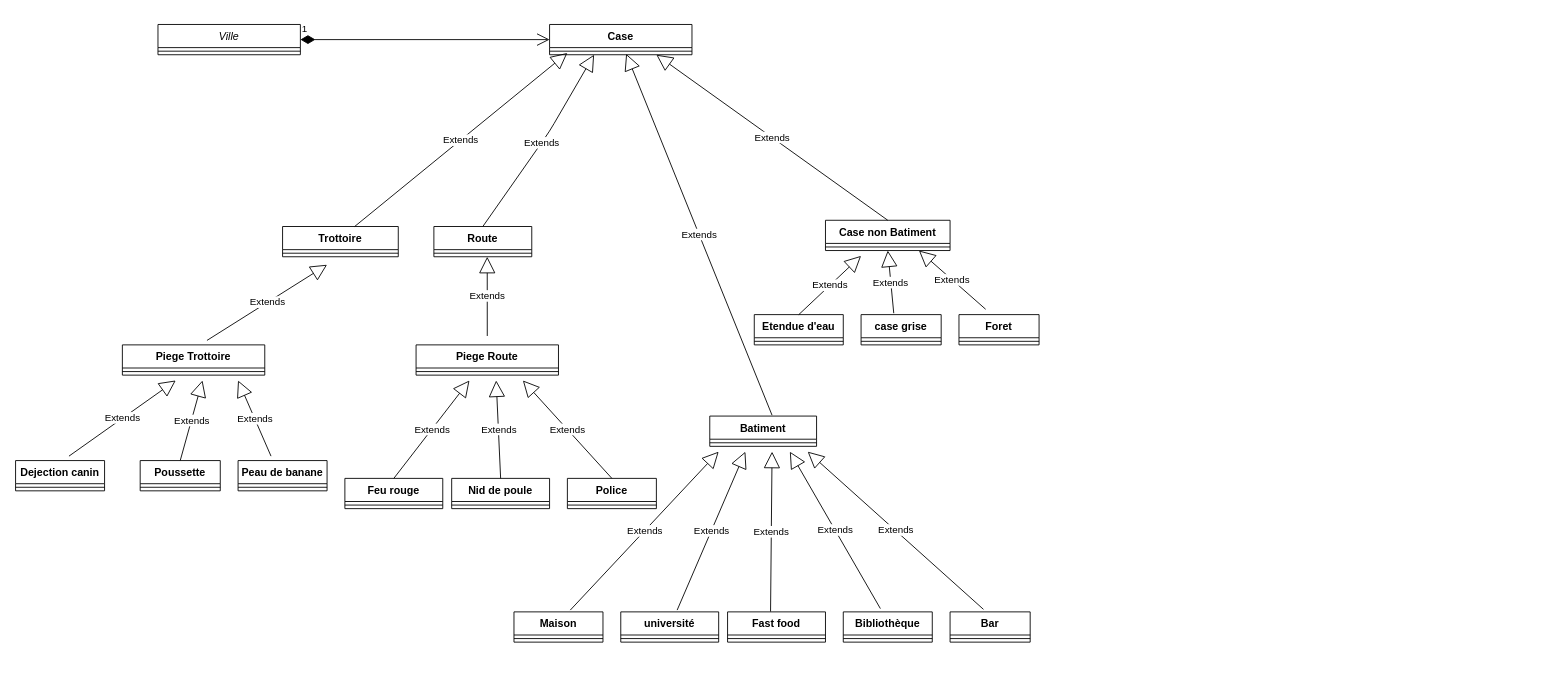
Before: DiagrammeClasse.drawio in pedromp13/PJ_Modelisation_UML_2020_2021_Groupe1, a draw.io diagram. Source tidied: cells renumbered, new cells numbered last; positions are measured from the earlier drawing's top-left corner, leaving out a move shared by most shapes. Both pictures are drawn from the tidied source at 89%, with x=0, y=0 at pixel (15, 24).
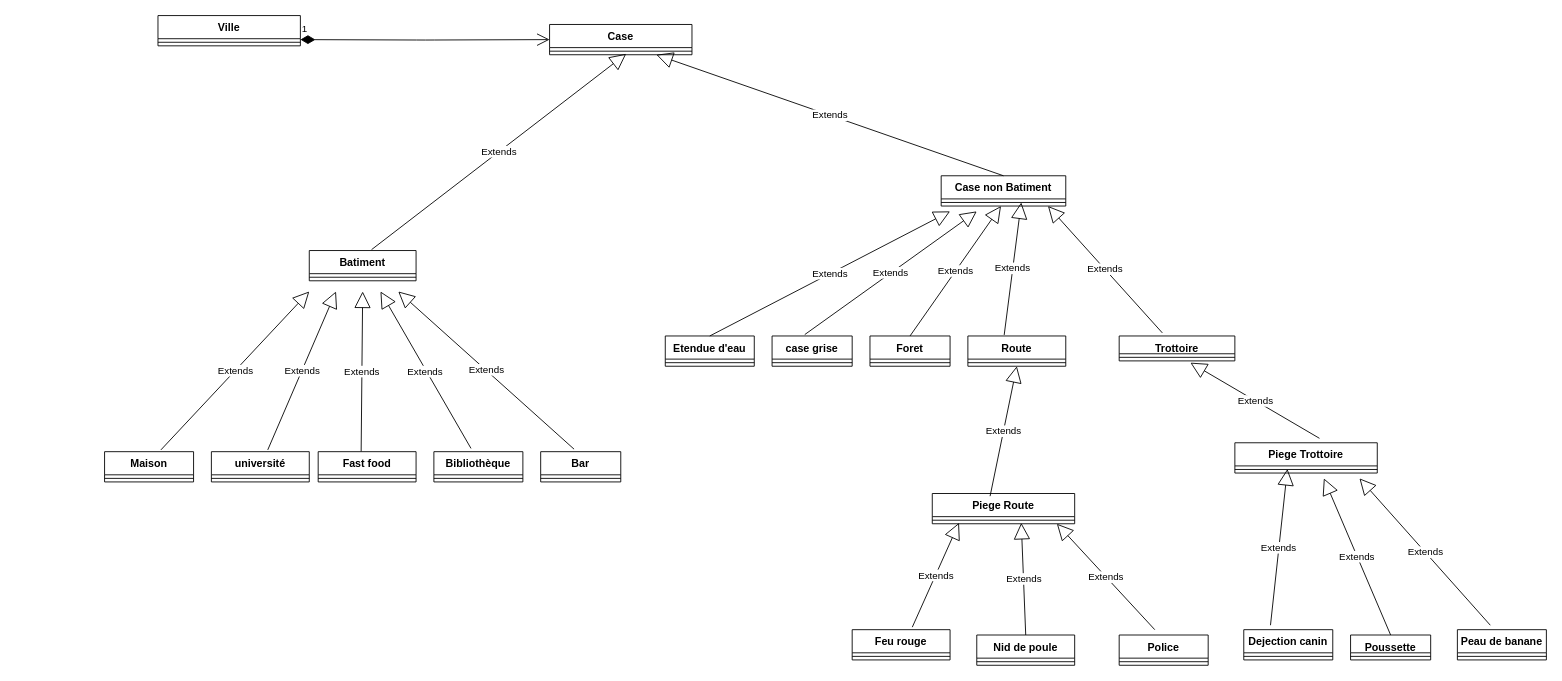
The same diagram, later.

Unchanged cells that the change refers to:
```xml
<mxCell id="4" value="Case&#10;" style="swimlane;fontStyle=1;align=center;verticalAlign=top;horizontal=1;startSize=26;rounded=0;sketch=0;" parent="1" vertex="1">
  <mxGeometry x="600" width="160" height="34" as="geometry" />
</mxCell>
<mxCell id="5" style="line;strokeWidth=1;fillColor=none;align=left;verticalAlign=middle;spacingTop=-1;spacingLeft=3;spacingRight=3;labelPosition=right;points=[];portConstraint=eastwest;" parent="4" vertex="1">
  <mxGeometry y="26" width="160" height="8" as="geometry" />
</mxCell>
<mxCell id="10" style="line;strokeWidth=1;fillColor=none;align=left;verticalAlign=middle;spacingTop=-1;spacingLeft=3;spacingRight=3;labelPosition=right;points=[];portConstraint=eastwest;" parent="9" vertex="1">
  <mxGeometry y="26" width="110" height="8" as="geometry" />
</mxCell>
<mxCell id="12" style="line;strokeWidth=1;fillColor=none;align=left;verticalAlign=middle;spacingTop=-1;spacingLeft=3;spacingRight=3;labelPosition=right;points=[];portConstraint=eastwest;" parent="11" vertex="1">
  <mxGeometry y="26" width="140" height="8" as="geometry" />
</mxCell>
<mxCell id="20" style="line;strokeWidth=1;fillColor=none;align=left;verticalAlign=middle;spacingTop=-1;spacingLeft=3;spacingRight=3;labelPosition=right;points=[];portConstraint=eastwest;" parent="19" vertex="1">
  <mxGeometry y="26" width="160" height="8" as="geometry" />
</mxCell>
```

What changed in the source:
```diff
@@
-    <mxCell id="2" value="Ville&#10;" style="swimlane;fontStyle=2;align=center;verticalAlign=top;horizontal=1;startSize=26;rounded=0;shadow=0;strokeWidth=1;" parent="1" vertex="1">
-      <mxGeometry x="160" width="160" height="34" as="geometry" />
-    </mxCell>
-    <mxCell id="3" style="line;html=1;strokeWidth=1;align=left;verticalAlign=middle;spacingTop=-1;spacingLeft=3;spacingRight=3;labelPosition=right;" parent="2" vertex="1">
-      <mxGeometry y="26" width="160" height="8" as="geometry" />
-    </mxCell>
@@
-    <mxCell id="6" value="1" style="endArrow=open;html=1;endSize=12;startArrow=diamondThin;startSize=14;startFill=1;edgeStyle=orthogonalEdgeStyle;align=left;verticalAlign=bottom;strokeWidth=1;exitX=1;exitY=0.5;exitDx=0;exitDy=0;entryX=0;entryY=0.5;entryDx=0;entryDy=0;" parent="1" edge="1" source="2" target="4">
-      <mxGeometry x="-1" y="3" relative="1" as="geometry" />
+    <mxCell id="6" value="1" style="endArrow=open;html=1;endSize=12;startArrow=diamondThin;startSize=14;startFill=1;edgeStyle=orthogonalEdgeStyle;align=left;verticalAlign=bottom;strokeWidth=1;exitX=1;exitY=0.5;exitDx=0;exitDy=0;entryX=0;entryY=0.5;entryDx=0;entryDy=0;" parent="1" edge="1" target="4">
+      <mxGeometry x="-1" y="3" relative="1" as="geometry">
+        <mxPoint x="320" y="17" as="sourcePoint" />
+      </mxGeometry>
     </mxCell>
     <mxCell id="7" value="Batiment&#10;" style="swimlane;fontStyle=1;align=center;verticalAlign=top;horizontal=1;startSize=26;rounded=0;sketch=0;" parent="1" vertex="1">
-      <mxGeometry x="780" y="440" width="120" height="34" as="geometry" />
+      <mxGeometry x="330" y="254" width="120" height="34" as="geometry" />
     </mxCell>
@@
     <mxCell id="9" value="Route&#10;" style="swimlane;fontStyle=1;align=center;verticalAlign=top;horizontal=1;startSize=26;rounded=0;sketch=0;" parent="1" vertex="1">
-      <mxGeometry x="470" y="227" width="110" height="34" as="geometry" />
+      <mxGeometry x="1070" y="350" width="110" height="34" as="geometry" />
     </mxCell>
@@
     <mxCell id="11" value="Case non Batiment&#10;" style="swimlane;fontStyle=1;align=center;verticalAlign=top;horizontal=1;startSize=26;rounded=0;sketch=0;" parent="1" vertex="1">
-      <mxGeometry x="910" y="220" width="140" height="34" as="geometry" />
+      <mxGeometry x="1040" y="170" width="140" height="34" as="geometry" />
     </mxCell>
@@
-    <mxCell id="13" value="Trottoire&#10;" style="swimlane;fontStyle=1;align=center;verticalAlign=top;horizontal=1;startSize=26;rounded=0;sketch=0;" parent="1" vertex="1">
-      <mxGeometry x="300" y="227" width="130" height="34" as="geometry" />
+    <mxCell id="13" value="Trottoire&#10;" style="swimlane;fontStyle=1;align=center;verticalAlign=top;horizontal=1;startSize=20;rounded=0;sketch=0;" parent="1" vertex="1">
+      <mxGeometry x="1240" y="350" width="130" height="28" as="geometry" />
     </mxCell>
     <mxCell id="14" style="line;strokeWidth=1;fillColor=none;align=left;verticalAlign=middle;spacingTop=-1;spacingLeft=3;spacingRight=3;labelPosition=right;" parent="13" vertex="1">
-      <mxGeometry y="26" width="130" height="8" as="geometry" />
+      <mxGeometry y="20" width="130" height="8" as="geometry" />
     </mxCell>
-    <mxCell id="15" value="Extends" style="endArrow=block;endSize=16;endFill=0;html=1;strokeWidth=1;exitX=0.623;exitY=0;exitDx=0;exitDy=0;exitPerimeter=0;entryX=0.125;entryY=0.75;entryDx=0;entryDy=0;entryPerimeter=0;" parent="1" edge="1" source="13" target="5">
-      <mxGeometry relative="1" as="geometry" />
-    </mxCell>
-    <mxCell id="16" value="Extends" style="endArrow=block;endSize=16;endFill=0;html=1;strokeWidth=1;exitX=0.5;exitY=0;exitDx=0;exitDy=0;" parent="1" edge="1" source="9">
-      <mxGeometry relative="1" as="geometry">
-        <mxPoint x="650" y="34" as="targetPoint" />
-        <Array as="points">
-          <mxPoint x="600" y="120" />
-        </Array>
-      </mxGeometry>
-    </mxCell>
@@
     <mxCell id="19" value="Piege Trottoire&#10;" style="swimlane;fontStyle=1;align=center;verticalAlign=top;horizontal=1;startSize=26;rounded=0;sketch=0;" parent="1" vertex="1">
-      <mxGeometry x="120" y="360" width="160" height="34" as="geometry" />
+      <mxGeometry x="1370" y="470" width="160" height="34" as="geometry" />
     </mxCell>
@@
     <mxCell id="21" value="Piege Route&#10;" style="swimlane;fontStyle=1;align=center;verticalAlign=top;horizontal=1;startSize=26;rounded=0;sketch=0;" parent="1" vertex="1">
-      <mxGeometry x="450" y="360" width="160" height="34" as="geometry" />
+      <mxGeometry x="1030" y="527" width="160" height="34" as="geometry" />
     </mxCell>
@@
     <mxCell id="23" value="Police&#10;" style="swimlane;fontStyle=1;align=center;verticalAlign=top;horizontal=1;startSize=26;rounded=0;sketch=0;" parent="1" vertex="1">
-      <mxGeometry x="620" y="510" width="100" height="34" as="geometry" />
+      <mxGeometry x="1240" y="686" width="100" height="34" as="geometry" />
     </mxCell>
@@
     <mxCell id="25" value="Nid de poule&#10;" style="swimlane;fontStyle=1;align=center;verticalAlign=top;horizontal=1;startSize=26;rounded=0;sketch=0;" parent="1" vertex="1">
-      <mxGeometry x="490" y="510" width="110" height="34" as="geometry" />
+      <mxGeometry x="1080" y="686" width="110" height="34" as="geometry" />
     </mxCell>
@@
     <mxCell id="27" value="Feu rouge&#10;" style="swimlane;fontStyle=1;align=center;verticalAlign=top;horizontal=1;startSize=26;rounded=0;sketch=0;" parent="1" vertex="1">
-      <mxGeometry x="370" y="510" width="110" height="34" as="geometry" />
+      <mxGeometry x="940" y="680" width="110" height="34" as="geometry" />
     </mxCell>
@@
-    <mxCell id="29" value="Extends" style="endArrow=block;endSize=16;endFill=0;html=1;strokeWidth=1;exitX=0.5;exitY=0;exitDx=0;exitDy=0;" parent="1" edge="1" source="27">
+    <mxCell id="29" value="Extends" style="endArrow=block;endSize=16;endFill=0;html=1;strokeWidth=1;exitX=0.614;exitY=-0.083;exitDx=0;exitDy=0;exitPerimeter=0;" parent="1" edge="1" source="27">
       <mxGeometry relative="1" as="geometry">
-        <mxPoint x="510" y="400" as="targetPoint" />
+        <mxPoint x="1060" y="560" as="targetPoint" />
       </mxGeometry>
     </mxCell>
     <mxCell id="30" value="Extends" style="endArrow=block;endSize=16;endFill=0;html=1;strokeWidth=1;exitX=0.5;exitY=0;exitDx=0;exitDy=0;" parent="1" edge="1" source="25">
       <mxGeometry relative="1" as="geometry">
-        <mxPoint x="540" y="400" as="targetPoint" />
+        <mxPoint x="1130" y="560" as="targetPoint" />
       </mxGeometry>
     </mxCell>
-    <mxCell id="31" value="Extends" style="endArrow=block;endSize=16;endFill=0;html=1;strokeWidth=1;exitX=0.5;exitY=0;exitDx=0;exitDy=0;" parent="1" edge="1" source="23">
+    <mxCell id="31" value="Extends" style="endArrow=block;endSize=16;endFill=0;html=1;strokeWidth=1;" parent="1" edge="1">
       <mxGeometry relative="1" as="geometry">
-        <mxPoint x="570" y="400" as="targetPoint" />
+        <mxPoint x="1280" y="680" as="sourcePoint" />
+        <mxPoint x="1170" y="561" as="targetPoint" />
       </mxGeometry>
     </mxCell>
     <mxCell id="32" value="Peau de banane&#10;" style="swimlane;fontStyle=1;align=center;verticalAlign=top;horizontal=1;startSize=26;rounded=0;sketch=0;" parent="1" vertex="1">
-      <mxGeometry x="250" y="490" width="100" height="34" as="geometry" />
+      <mxGeometry x="1620" y="680" width="100" height="34" as="geometry" />
     </mxCell>
@@
-    <mxCell id="34" value="Poussette&#10;" style="swimlane;fontStyle=1;align=center;verticalAlign=top;horizontal=1;startSize=26;rounded=0;sketch=0;" parent="1" vertex="1">
-      <mxGeometry x="140" y="490" width="90" height="34" as="geometry" />
+    <mxCell id="34" value="Poussette&#10;" style="swimlane;fontStyle=1;align=center;verticalAlign=top;horizontal=1;startSize=20;rounded=0;sketch=0;" parent="1" vertex="1">
+      <mxGeometry x="1500" y="686" width="90" height="28" as="geometry" />
     </mxCell>
     <mxCell id="35" style="line;strokeWidth=1;fillColor=none;align=left;verticalAlign=middle;spacingTop=-1;spacingLeft=3;spacingRight=3;labelPosition=right;" parent="34" vertex="1">
-      <mxGeometry y="26" width="90" height="8" as="geometry" />
+      <mxGeometry y="20" width="90" height="8" as="geometry" />
     </mxCell>
     <mxCell id="36" value="Dejection canin&#10;" style="swimlane;fontStyle=1;align=center;verticalAlign=top;horizontal=1;startSize=26;rounded=0;sketch=0;" parent="1" vertex="1">
-      <mxGeometry y="490" width="100" height="34" as="geometry" />
+      <mxGeometry x="1380" y="680" width="100" height="34" as="geometry" />
     </mxCell>
@@
-    <mxCell id="38" value="Extends" style="endArrow=block;endSize=16;endFill=0;html=1;strokeWidth=1;exitX=0.6;exitY=-0.147;exitDx=0;exitDy=0;exitPerimeter=0;" parent="1" edge="1" source="36">
+    <mxCell id="38" value="Extends" style="endArrow=block;endSize=16;endFill=0;html=1;strokeWidth=1;entryX=0.369;entryY=0.434;entryDx=0;entryDy=0;entryPerimeter=0;" parent="1" edge="1" target="20">
       <mxGeometry relative="1" as="geometry">
-        <mxPoint x="180" y="400" as="targetPoint" />
+        <mxPoint x="1410" y="675" as="sourcePoint" />
       </mxGeometry>
     </mxCell>
     <mxCell id="39" value="Extends" style="endArrow=block;endSize=16;endFill=0;html=1;strokeWidth=1;exitX=0.5;exitY=0;exitDx=0;exitDy=0;" parent="1" edge="1" source="34">
       <mxGeometry relative="1" as="geometry">
-        <mxPoint x="210" y="400" as="targetPoint" />
+        <mxPoint x="1470" y="510" as="targetPoint" />
       </mxGeometry>
     </mxCell>
     <mxCell id="40" value="Extends" style="endArrow=block;endSize=16;endFill=0;html=1;strokeWidth=1;exitX=0.37;exitY=-0.147;exitDx=0;exitDy=0;exitPerimeter=0;" parent="1" edge="1" source="32">
       <mxGeometry relative="1" as="geometry">
-        <mxPoint x="250" y="400" as="targetPoint" />
+        <mxPoint x="1510" y="510" as="targetPoint" />
       </mxGeometry>
     </mxCell>
     <mxCell id="41" value="Extends" style="endArrow=block;endSize=16;endFill=0;html=1;strokeWidth=1;exitX=0.594;exitY=-0.147;exitDx=0;exitDy=0;exitPerimeter=0;" parent="1" edge="1" source="19">
       <mxGeometry relative="1" as="geometry">
-        <mxPoint x="350" y="270" as="targetPoint" />
+        <mxPoint x="1320" y="380" as="targetPoint" />
       </mxGeometry>
     </mxCell>
-    <mxCell id="42" value="Extends" style="endArrow=block;endSize=16;endFill=0;html=1;strokeWidth=1;entryX=0.545;entryY=1;entryDx=0;entryDy=0;entryPerimeter=0;" parent="1" edge="1" target="10">
-      <mxGeometry relative="1" as="geometry">
-        <mxPoint x="530" y="350" as="sourcePoint" />
-      </mxGeometry>
-    </mxCell>
     <mxCell id="43" value="Foret&#10;" style="swimlane;fontStyle=1;align=center;verticalAlign=top;horizontal=1;startSize=26;rounded=0;sketch=0;" parent="1" vertex="1">
-      <mxGeometry x="1060" y="326" width="90" height="34" as="geometry" />
+      <mxGeometry x="960" y="350" width="90" height="34" as="geometry" />
     </mxCell>
@@
     <mxCell id="45" value="case grise&#10;" style="swimlane;fontStyle=1;align=center;verticalAlign=top;horizontal=1;startSize=26;rounded=0;sketch=0;" parent="1" vertex="1">
-      <mxGeometry x="950" y="326" width="90" height="34" as="geometry" />
+      <mxGeometry x="850" y="350" width="90" height="34" as="geometry" />
     </mxCell>
@@
     <mxCell id="47" value="Etendue d'eau" style="swimlane;fontStyle=1;align=center;verticalAlign=top;horizontal=1;startSize=26;rounded=0;sketch=0;" parent="1" vertex="1">
-      <mxGeometry x="830" y="326" width="100" height="34" as="geometry" />
+      <mxGeometry x="730" y="350" width="100" height="34" as="geometry" />
     </mxCell>
@@
     <mxCell id="49" value="Bar&#10;" style="swimlane;fontStyle=1;align=center;verticalAlign=top;horizontal=1;startSize=26;rounded=0;sketch=0;" parent="1" vertex="1">
-      <mxGeometry x="1050" y="660" width="90" height="34" as="geometry" />
+      <mxGeometry x="590" y="480" width="90" height="34" as="geometry" />
     </mxCell>
@@
     <mxCell id="51" value="Bibliothèque&#10;" style="swimlane;fontStyle=1;align=center;verticalAlign=top;horizontal=1;startSize=26;rounded=0;sketch=0;" parent="1" vertex="1">
-      <mxGeometry x="930" y="660" width="100" height="34" as="geometry" />
+      <mxGeometry x="470" y="480" width="100" height="34" as="geometry" />
     </mxCell>
@@
     <mxCell id="53" value="Fast food&#10;" style="swimlane;fontStyle=1;align=center;verticalAlign=top;horizontal=1;startSize=26;rounded=0;sketch=0;" parent="1" vertex="1">
-      <mxGeometry x="800" y="660" width="110" height="34" as="geometry" />
+      <mxGeometry x="340" y="480" width="110" height="34" as="geometry" />
     </mxCell>
@@
     <mxCell id="55" value="université&#10;" style="swimlane;fontStyle=1;align=center;verticalAlign=top;horizontal=1;startSize=26;rounded=0;sketch=0;" parent="1" vertex="1">
-      <mxGeometry x="680" y="660" width="110" height="34" as="geometry" />
+      <mxGeometry x="220" y="480" width="110" height="34" as="geometry" />
     </mxCell>
@@
     <mxCell id="57" value="Maison&#10;" style="swimlane;fontStyle=1;align=center;verticalAlign=top;horizontal=1;startSize=26;rounded=0;sketch=0;" parent="1" vertex="1">
-      <mxGeometry x="560" y="660" width="100" height="34" as="geometry" />
+      <mxGeometry x="100" y="480" width="100" height="34" as="geometry" />
     </mxCell>
@@
     <mxCell id="59" value="Extends" style="endArrow=block;endSize=16;endFill=0;html=1;strokeWidth=1;exitX=0.633;exitY=-0.059;exitDx=0;exitDy=0;exitPerimeter=0;" parent="1" edge="1" source="57">
       <mxGeometry relative="1" as="geometry">
-        <mxPoint x="790" y="480" as="targetPoint" />
+        <mxPoint x="330" y="300" as="targetPoint" />
       </mxGeometry>
     </mxCell>
     <mxCell id="60" value="Extends" style="endArrow=block;endSize=16;endFill=0;html=1;strokeWidth=1;exitX=0.576;exitY=-0.059;exitDx=0;exitDy=0;exitPerimeter=0;" parent="1" edge="1" source="55">
       <mxGeometry relative="1" as="geometry">
-        <mxPoint x="820" y="480" as="targetPoint" />
+        <mxPoint x="360" y="300" as="targetPoint" />
       </mxGeometry>
     </mxCell>
     <mxCell id="61" value="Extends" style="endArrow=block;endSize=16;endFill=0;html=1;strokeWidth=1;exitX=0.439;exitY=-0.01;exitDx=0;exitDy=0;exitPerimeter=0;" parent="1" edge="1" source="53">
       <mxGeometry relative="1" as="geometry">
-        <mxPoint x="850" y="480" as="targetPoint" />
+        <mxPoint x="390" y="300" as="targetPoint" />
       </mxGeometry>
     </mxCell>
     <mxCell id="62" value="Extends" style="endArrow=block;endSize=16;endFill=0;html=1;strokeWidth=1;exitX=0.417;exitY=-0.108;exitDx=0;exitDy=0;exitPerimeter=0;" parent="1" edge="1" source="51">
-      <mxGeometry relative="1" as="geometry">
-        <mxPoint x="870" y="480" as="targetPoint" />
+      <mxGeometry x="-0.01" y="2" relative="1" as="geometry">
+        <mxPoint x="410" y="300" as="targetPoint" />
       </mxGeometry>
     </mxCell>
     <mxCell id="63" value="Extends" style="endArrow=block;endSize=16;endFill=0;html=1;strokeWidth=1;exitX=0.417;exitY=-0.083;exitDx=0;exitDy=0;exitPerimeter=0;" parent="1" edge="1" source="49">
       <mxGeometry relative="1" as="geometry">
-        <mxPoint x="890" y="480" as="targetPoint" />
+        <mxPoint x="430" y="300" as="targetPoint" />
       </mxGeometry>
     </mxCell>
     <mxCell id="64" value="Extends" style="endArrow=block;endSize=16;endFill=0;html=1;strokeWidth=1;exitX=0.5;exitY=0;exitDx=0;exitDy=0;" parent="1" edge="1" source="47">
       <mxGeometry relative="1" as="geometry">
-        <mxPoint x="950" y="260" as="targetPoint" />
+        <mxPoint x="1050" y="210" as="targetPoint" />
       </mxGeometry>
     </mxCell>
-    <mxCell id="65" value="Extends" style="endArrow=block;endSize=16;endFill=0;html=1;strokeWidth=1;entryX=0.5;entryY=1;entryDx=0;entryDy=0;exitX=0.408;exitY=-0.046;exitDx=0;exitDy=0;exitPerimeter=0;" parent="1" edge="1" source="45" target="11">
-      <mxGeometry relative="1" as="geometry" />
+    <mxCell id="65" value="Extends" style="endArrow=block;endSize=16;endFill=0;html=1;strokeWidth=1;exitX=0.408;exitY=-0.046;exitDx=0;exitDy=0;exitPerimeter=0;" parent="1" edge="1" source="45">
+      <mxGeometry relative="1" as="geometry">
+        <mxPoint x="1080" y="210" as="targetPoint" />
+      </mxGeometry>
     </mxCell>
-    <mxCell id="66" value="Extends" style="endArrow=block;endSize=16;endFill=0;html=1;strokeWidth=1;entryX=0.75;entryY=1;entryDx=0;entryDy=0;" parent="1" edge="1" target="11">
-      <mxGeometry relative="1" as="geometry">
-        <mxPoint x="1090" y="320" as="sourcePoint" />
-      </mxGeometry>
+    <mxCell id="66" value="Extends" style="endArrow=block;endSize=16;endFill=0;html=1;strokeWidth=1;exitX=0.5;exitY=0;exitDx=0;exitDy=0;" parent="1" edge="1" source="43" target="12">
+      <mxGeometry relative="1" as="geometry" />
     </mxCell>
+    <mxCell id="67" value="Extends" style="endArrow=block;endSize=16;endFill=0;html=1;exitX=0.371;exitY=-0.034;exitDx=0;exitDy=0;exitPerimeter=0;" parent="1" edge="1" source="9">
+      <mxGeometry relative="1" as="geometry">
+        <mxPoint x="1130" y="200" as="targetPoint" />
+      </mxGeometry>
+    </mxCell>
+    <mxCell id="68" value="Extends" style="endArrow=block;endSize=16;endFill=0;html=1;entryX=0.5;entryY=1;entryDx=0;entryDy=0;exitX=0.406;exitY=0.088;exitDx=0;exitDy=0;exitPerimeter=0;" parent="1" edge="1" source="21" target="9">
+      <mxGeometry relative="1" as="geometry" />
+    </mxCell>
+    <mxCell id="69" value="Extends" style="endArrow=block;endSize=16;endFill=0;html=1;exitX=0.373;exitY=-0.124;exitDx=0;exitDy=0;exitPerimeter=0;" parent="1" edge="1" source="13">
+      <mxGeometry relative="1" as="geometry">
+        <mxPoint x="1160" y="204" as="targetPoint" />
+      </mxGeometry>
+    </mxCell>
+    <mxCell id="2" value="Ville" style="swimlane;fontStyle=1;align=center;verticalAlign=top;horizontal=1;startSize=26;" parent="1" vertex="1">
+      <mxGeometry x="160" y="-10" width="160" height="34" as="geometry" />
+    </mxCell>
+    <mxCell id="70" style="line;strokeWidth=1;fillColor=none;align=left;verticalAlign=middle;spacingTop=-1;spacingLeft=3;spacingRight=3;labelPosition=right;" parent="2" vertex="1">
+      <mxGeometry y="26" width="160" height="8" as="geometry" />
+    </mxCell>
```
